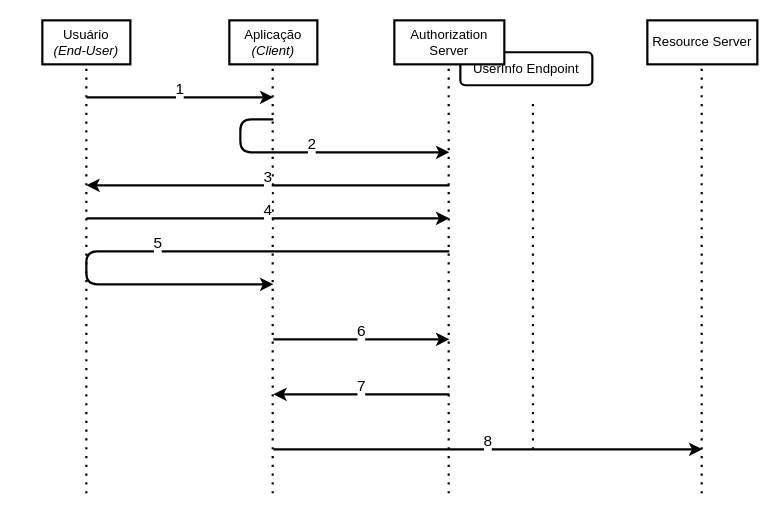
This is draw_io_diagrams/security/Hybrid Flow.drawio from OpenBanking-Brasil/areadesenvolvedor, a draw.io file, before an edit. Source tidied: cells renumbered, new cells numbered last; positions are measured from the earlier drawing's top-left corner, leaving out a move shared by most shapes. Both pictures are drawn from the tidied source at 110%, with x=0, y=0 at pixel (42, 20).
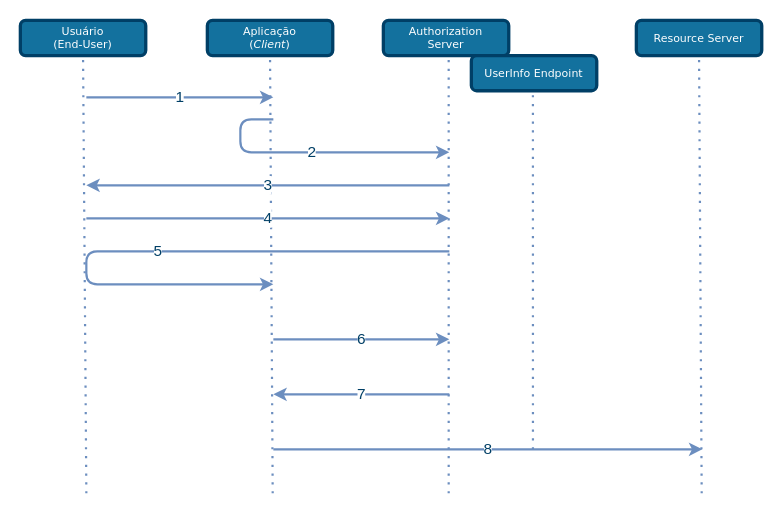
The same page after the edit.

What changed in the source:
```diff
@@
-    <mxCell id="2" value="&lt;span&gt;UserInfo Endpoint&lt;/span&gt;" style="rounded=1;whiteSpace=wrap;html=1;strokeWidth=2;" parent="1" vertex="1">
-      <mxGeometry x="380" y="29" width="120" height="30" as="geometry" />
-    </mxCell>
-    <mxCell id="3" value="Usuário&lt;br&gt;&lt;i&gt;(End-User)&lt;/i&gt;" style="rounded=0;whiteSpace=wrap;html=1;strokeWidth=2;" parent="1" vertex="1">
-      <mxGeometry width="80" height="40" as="geometry" />
-    </mxCell>
-    <mxCell id="4" value="Aplicação&lt;br&gt;&lt;i&gt;(Client)&lt;/i&gt;" style="rounded=0;whiteSpace=wrap;html=1;strokeWidth=2;" parent="1" vertex="1">
-      <mxGeometry x="170" width="80" height="40" as="geometry" />
-    </mxCell>
-    <mxCell id="5" value="Authorization Server" style="rounded=0;whiteSpace=wrap;html=1;strokeWidth=2;" parent="1" vertex="1">
-      <mxGeometry x="320" width="100" height="40" as="geometry" />
-    </mxCell>
-    <mxCell id="6" style="endArrow=none;dashed=1;html=1;dashPattern=1 3;strokeWidth=2;entryX=0.5;entryY=1;entryDx=0;entryDy=0;" parent="1" edge="1" target="3">
+    <mxCell id="6" style="endArrow=none;dashed=1;html=1;dashPattern=1 3;strokeWidth=2;entryX=0.5;entryY=1;entryDx=0;entryDy=0;fillColor=#dae8fc;strokeColor=#6c8ebf;" parent="1" edge="1" target="3">
       <mxGeometry relative="1" as="geometry">
         <mxPoint x="40" y="430" as="sourcePoint" />
       </mxGeometry>
     </mxCell>
-    <mxCell id="7" style="endArrow=none;dashed=1;html=1;dashPattern=1 3;strokeWidth=2;entryX=0.5;entryY=1;entryDx=0;entryDy=0;" parent="1" edge="1">
+    <mxCell id="7" style="endArrow=none;dashed=1;html=1;dashPattern=1 3;strokeWidth=2;entryX=0.5;entryY=1;entryDx=0;entryDy=0;fillColor=#dae8fc;strokeColor=#6c8ebf;" parent="1" edge="1" target="20">
       <mxGeometry relative="1" as="geometry">
         <mxPoint x="209.4" y="430" as="sourcePoint" />
-        <mxPoint x="209.4" y="40" as="targetPoint" />
       </mxGeometry>
     </mxCell>
-    <mxCell id="8" style="endArrow=none;dashed=1;html=1;dashPattern=1 3;strokeWidth=2;entryX=0.5;entryY=1;entryDx=0;entryDy=0;" parent="1" edge="1">
+    <mxCell id="8" style="endArrow=none;dashed=1;html=1;dashPattern=1 3;strokeWidth=2;entryX=0.521;entryY=0.906;entryDx=0;entryDy=0;fillColor=#dae8fc;strokeColor=#6c8ebf;entryPerimeter=0;" parent="1" edge="1" target="5">
       <mxGeometry relative="1" as="geometry">
         <mxPoint x="369.4" y="430" as="sourcePoint" />
-        <mxPoint x="369.4" y="40" as="targetPoint" />
       </mxGeometry>
     </mxCell>
-    <mxCell id="9" value="&lt;font style=&quot;font-size: 14px&quot;&gt;1&lt;br&gt;&amp;nbsp;&lt;br&gt;&lt;/font&gt;" style="endArrow=classic;html=1;strokeWidth=2;" parent="1" edge="1">
+    <mxCell id="9" value="&lt;font style=&quot;font-size: 14px&quot;&gt;1&lt;br&gt;&lt;/font&gt;" style="endArrow=classic;html=1;strokeWidth=2;fillColor=#dae8fc;strokeColor=#6c8ebf;fontColor=#003F66;" parent="1" edge="1">
       <mxGeometry relative="1" as="geometry">
         <mxPoint x="40" y="70" as="sourcePoint" />
         <mxPoint x="210" y="70" as="targetPoint" />
         <Array as="points">
           <mxPoint x="80" y="70" />
         </Array>
       </mxGeometry>
     </mxCell>
-    <mxCell id="10" value="&lt;font style=&quot;font-size: 14px&quot;&gt;2&lt;br&gt;&amp;nbsp;&lt;br&gt;&lt;/font&gt;" style="endArrow=classic;html=1;strokeWidth=2;" parent="1" edge="1">
+    <mxCell id="10" value="&lt;font style=&quot;font-size: 14px&quot;&gt;2&lt;br&gt;&lt;/font&gt;" style="endArrow=classic;html=1;strokeWidth=2;fillColor=#dae8fc;strokeColor=#6c8ebf;fontColor=#003F66;" parent="1" edge="1">
       <mxGeometry relative="1" as="geometry">
         <mxPoint x="210" y="90" as="sourcePoint" />
         <mxPoint x="370" y="120" as="targetPoint" />
         <Array as="points">
           <mxPoint x="180" y="90" />
           <mxPoint x="180" y="120" />
         </Array>
       </mxGeometry>
     </mxCell>
-    <mxCell id="11" value="&lt;font style=&quot;font-size: 14px&quot;&gt;3&lt;br&gt;&amp;nbsp;&lt;br&gt;&lt;/font&gt;" style="endArrow=classic;html=1;strokeWidth=2;" parent="1" edge="1">
+    <mxCell id="11" value="&lt;font style=&quot;font-size: 14px&quot;&gt;3&lt;br&gt;&lt;/font&gt;" style="endArrow=classic;html=1;strokeWidth=2;fillColor=#dae8fc;strokeColor=#6c8ebf;fontColor=#003F66;" parent="1" edge="1">
       <mxGeometry relative="1" as="geometry">
         <mxPoint x="370" y="150" as="sourcePoint" />
         <mxPoint x="40" y="150" as="targetPoint" />
       </mxGeometry>
     </mxCell>
-    <mxCell id="12" value="&lt;font style=&quot;font-size: 14px&quot;&gt;4&lt;br&gt;&amp;nbsp;&lt;br&gt;&lt;/font&gt;" style="endArrow=classic;html=1;strokeWidth=2;" parent="1" edge="1">
+    <mxCell id="12" value="&lt;font style=&quot;font-size: 14px&quot;&gt;4&lt;br&gt;&lt;/font&gt;" style="endArrow=classic;html=1;strokeWidth=2;fillColor=#dae8fc;strokeColor=#6c8ebf;fontColor=#003F66;" parent="1" edge="1">
       <mxGeometry relative="1" as="geometry">
         <mxPoint x="40" y="180" as="sourcePoint" />
         <mxPoint x="370" y="180" as="targetPoint" />
       </mxGeometry>
     </mxCell>
-    <mxCell id="13" value="&lt;font style=&quot;font-size: 14px&quot;&gt;5&lt;br&gt;&amp;nbsp;&lt;br&gt;&lt;/font&gt;" style="endArrow=classic;html=1;strokeWidth=2;" parent="1" edge="1">
+    <mxCell id="13" value="&lt;font style=&quot;font-size: 14px&quot;&gt;5&lt;br&gt;&lt;/font&gt;" style="endArrow=classic;html=1;strokeWidth=2;fillColor=#dae8fc;strokeColor=#6c8ebf;fontColor=#003F66;" parent="1" edge="1">
       <mxGeometry relative="1" as="geometry">
         <mxPoint x="370" y="210" as="sourcePoint" />
         <mxPoint x="210" y="240" as="targetPoint" />
         <Array as="points">
           <mxPoint x="40" y="210" />
           <mxPoint x="40" y="240" />
         </Array>
       </mxGeometry>
     </mxCell>
-    <mxCell id="14" value="&lt;font style=&quot;font-size: 14px&quot;&gt;6&lt;br&gt;&amp;nbsp;&lt;br&gt;&lt;/font&gt;" style="endArrow=classic;html=1;strokeWidth=2;" parent="1" edge="1">
+    <mxCell id="14" value="&lt;font style=&quot;font-size: 14px&quot;&gt;6&lt;br&gt;&lt;/font&gt;" style="endArrow=classic;html=1;strokeWidth=2;fillColor=#dae8fc;strokeColor=#6c8ebf;fontColor=#003F66;" parent="1" edge="1">
       <mxGeometry relative="1" as="geometry">
         <mxPoint x="210" y="290" as="sourcePoint" />
         <mxPoint x="370" y="290" as="targetPoint" />
       </mxGeometry>
     </mxCell>
-    <mxCell id="15" value="&lt;font style=&quot;font-size: 14px&quot;&gt;7&lt;br&gt;&amp;nbsp;&lt;/font&gt;" style="endArrow=classic;html=1;strokeWidth=2;" parent="1" edge="1">
+    <mxCell id="15" value="&lt;span style=&quot;font-size: 14px&quot;&gt;7&lt;/span&gt;" style="endArrow=classic;html=1;strokeWidth=2;fillColor=#dae8fc;strokeColor=#6c8ebf;fontColor=#003F66;" parent="1" edge="1">
       <mxGeometry relative="1" as="geometry">
         <mxPoint x="370" y="340" as="sourcePoint" />
         <mxPoint x="210" y="340" as="targetPoint" />
       </mxGeometry>
     </mxCell>
-    <mxCell id="16" value="&lt;font style=&quot;font-size: 14px&quot;&gt;8&lt;br&gt;&amp;nbsp;&lt;/font&gt;" style="endArrow=classic;html=1;strokeWidth=2;" parent="1" edge="1">
+    <mxCell id="16" value="&lt;span style=&quot;font-size: 14px&quot;&gt;8&lt;/span&gt;" style="endArrow=classic;html=1;strokeWidth=2;fillColor=#dae8fc;strokeColor=#6c8ebf;fontColor=#003F66;" parent="1" edge="1">
       <mxGeometry relative="1" as="geometry">
         <mxPoint x="210" y="390" as="sourcePoint" />
         <mxPoint x="600" y="390" as="targetPoint" />
       </mxGeometry>
     </mxCell>
-    <mxCell id="17" value="Resource Server" style="rounded=0;whiteSpace=wrap;html=1;strokeWidth=2;" parent="1" vertex="1">
-      <mxGeometry x="550" width="100" height="40" as="geometry" />
-    </mxCell>
-    <mxCell id="18" style="endArrow=none;dashed=1;html=1;dashPattern=1 3;strokeWidth=2;entryX=0.5;entryY=1;entryDx=0;entryDy=0;" parent="1" edge="1">
+    <mxCell id="18" style="endArrow=none;dashed=1;html=1;dashPattern=1 3;strokeWidth=2;entryX=0.5;entryY=1;entryDx=0;entryDy=0;fillColor=#dae8fc;strokeColor=#6c8ebf;" parent="1" edge="1" target="17">
       <mxGeometry relative="1" as="geometry">
         <mxPoint x="599.4" y="430" as="sourcePoint" />
-        <mxPoint x="599.4" y="40" as="targetPoint" />
       </mxGeometry>
     </mxCell>
-    <mxCell id="19" style="endArrow=none;dashed=1;html=1;dashPattern=1 3;strokeWidth=2;" parent="1" edge="1">
+    <mxCell id="19" style="endArrow=none;dashed=1;html=1;dashPattern=1 3;strokeWidth=2;fillColor=#dae8fc;strokeColor=#6c8ebf;entryX=0.491;entryY=0.844;entryDx=0;entryDy=0;entryPerimeter=0;" parent="1" edge="1" target="2">
       <mxGeometry relative="1" as="geometry">
         <mxPoint x="446" y="390" as="sourcePoint" />
-        <mxPoint x="446" y="70" as="targetPoint" />
       </mxGeometry>
     </mxCell>
+    <mxCell id="3" value="Usuário&lt;br&gt;(End-User)" style="rounded=1;whiteSpace=wrap;html=1;comic=0;shadow=0;backgroundOutline=0;snapToPoint=0;fixDash=0;strokeWidth=3;fontFamily=Verdana;fontStyle=0;labelBackgroundColor=none;labelBorderColor=none;fontSize=10;fillColor=#13719E;strokeColor=#003F66;fontColor=#ffffff;" parent="1" vertex="1">
+      <mxGeometry x="-20" width="114" height="32" as="geometry" />
+    </mxCell>
+    <mxCell id="20" value="Aplicação&lt;br&gt;(&lt;i&gt;Client&lt;/i&gt;)" style="rounded=1;whiteSpace=wrap;html=1;comic=0;shadow=0;backgroundOutline=0;snapToPoint=0;fixDash=0;strokeWidth=3;fontFamily=Verdana;fontStyle=0;labelBackgroundColor=none;labelBorderColor=none;fontSize=10;fillColor=#13719E;strokeColor=#003F66;fontColor=#ffffff;" parent="1" vertex="1">
+      <mxGeometry x="150" width="114" height="32" as="geometry" />
+    </mxCell>
+    <mxCell id="5" value="Authorization&lt;br&gt;Server" style="rounded=1;whiteSpace=wrap;html=1;comic=0;shadow=0;backgroundOutline=0;snapToPoint=0;fixDash=0;strokeWidth=3;fontFamily=Verdana;fontStyle=0;labelBackgroundColor=none;labelBorderColor=none;fontSize=10;fillColor=#13719E;strokeColor=#003F66;fontColor=#ffffff;" parent="1" vertex="1">
+      <mxGeometry x="310" width="114" height="32" as="geometry" />
+    </mxCell>
+    <mxCell id="2" value="UserInfo Endpoint" style="rounded=1;whiteSpace=wrap;html=1;comic=0;shadow=0;backgroundOutline=0;snapToPoint=0;fixDash=0;strokeWidth=3;fontFamily=Verdana;fontStyle=0;labelBackgroundColor=none;labelBorderColor=none;fontSize=10;fillColor=#13719E;strokeColor=#003F66;fontColor=#ffffff;" parent="1" vertex="1">
+      <mxGeometry x="390" y="32" width="114" height="32" as="geometry" />
+    </mxCell>
+    <mxCell id="17" value="Resource Server" style="rounded=1;whiteSpace=wrap;html=1;comic=0;shadow=0;backgroundOutline=0;snapToPoint=0;fixDash=0;strokeWidth=3;fontFamily=Verdana;fontStyle=0;labelBackgroundColor=none;labelBorderColor=none;fontSize=10;fillColor=#13719E;strokeColor=#003F66;fontColor=#ffffff;" parent="1" vertex="1">
+      <mxGeometry x="540" width="114" height="32" as="geometry" />
+    </mxCell>
```
